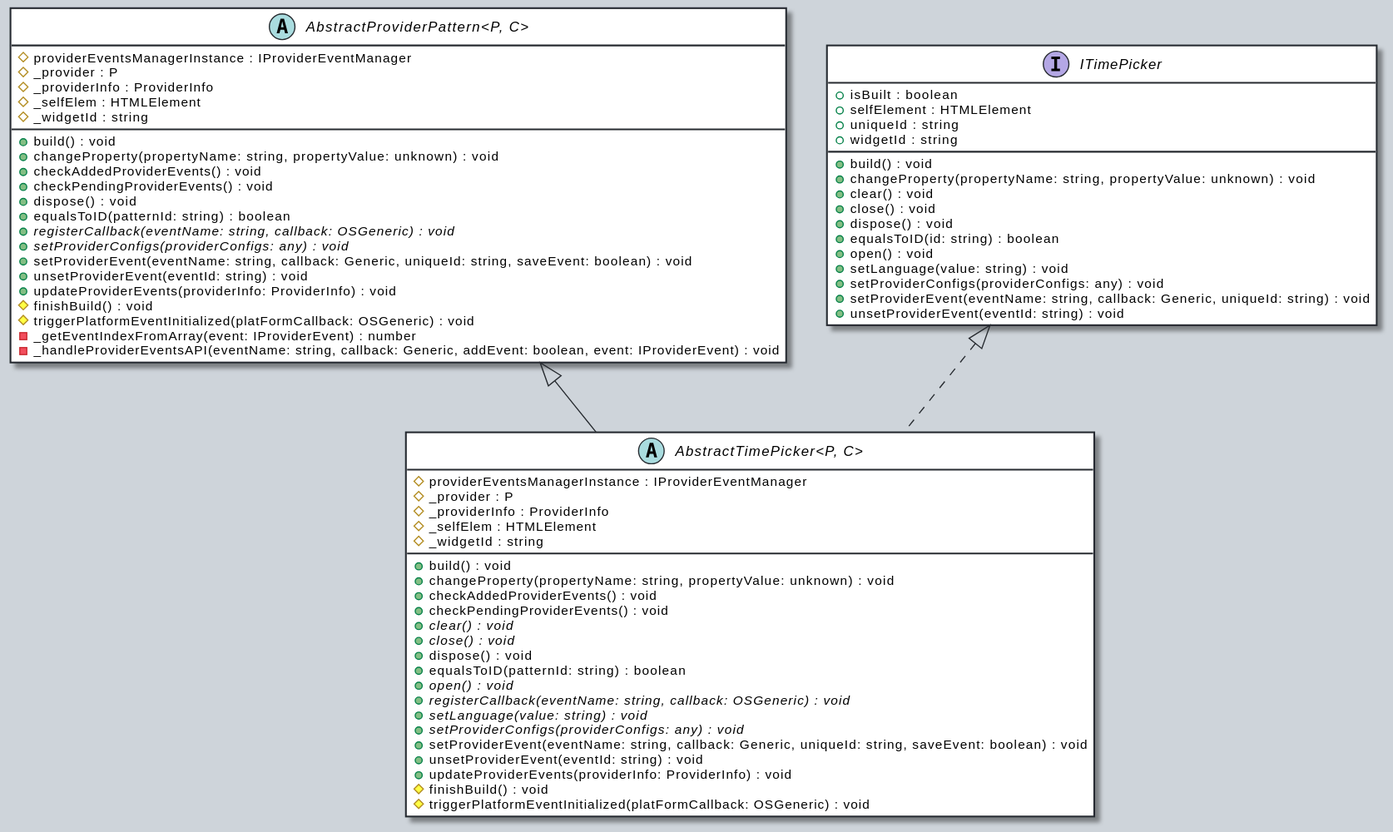
The PlantUML diagram docs/assets/AbstractTimePicker-umlClassDiagram-6795.svg in OutSystems/outsystems-ui, before a commit.
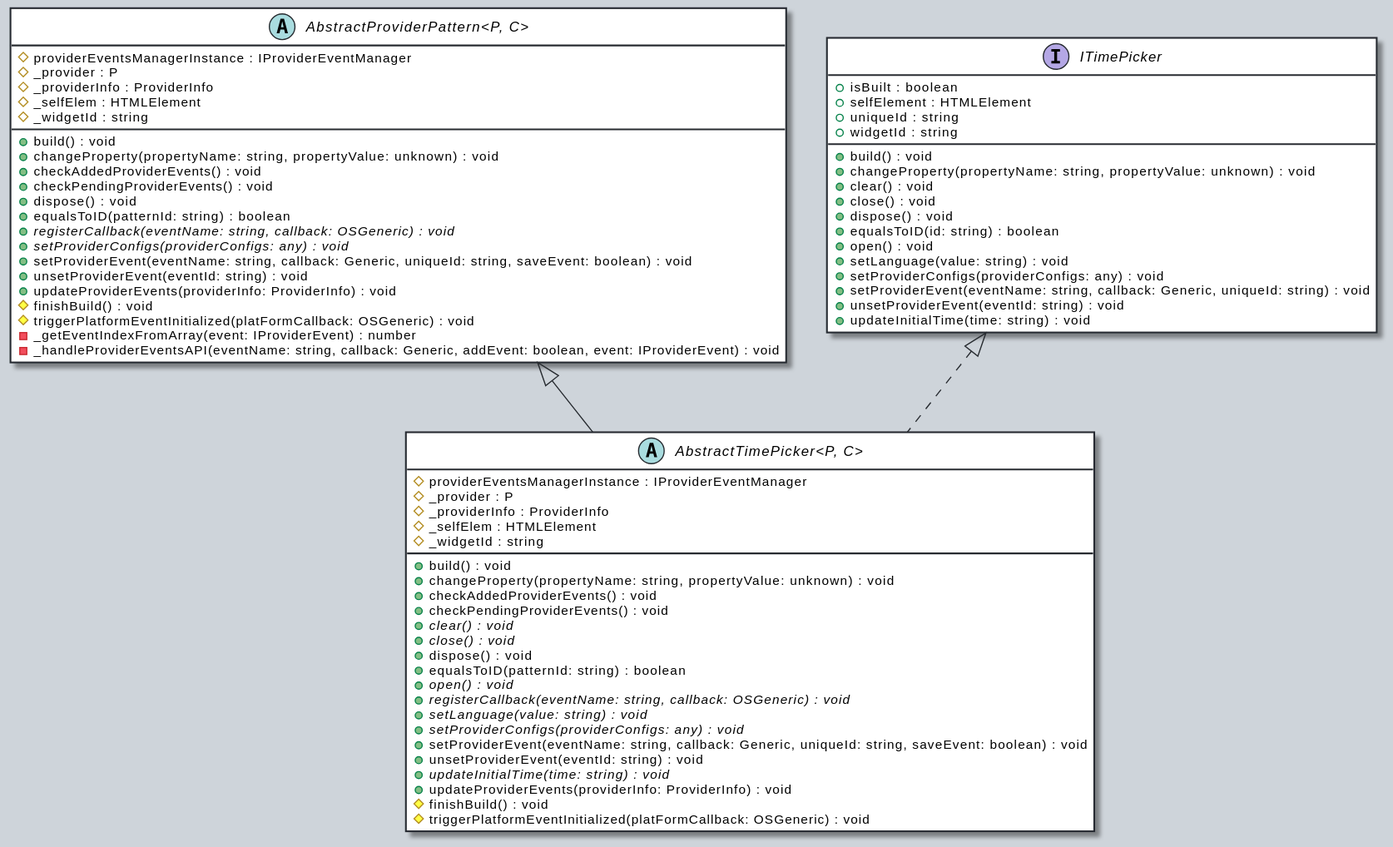
Later version of the same file.

What changed in the source:
```diff
@@ -25,6 +25,7 @@
     {abstract} +setProviderConfigs(providerConfigs: any) : void
     +setProviderEvent(eventName: string, callback: Generic, uniqueId: string, saveEvent: boolean) : void
     +unsetProviderEvent(eventId: string) : void
+    {abstract} +updateInitialTime(time: string) : void
     +updateProviderEvents(providerInfo: ProviderInfo) : void
     #finishBuild() : void
     #triggerPlatformEventInitialized(platFormCallback: OSGeneric) : void
@@ -68,6 +69,7 @@
     +setProviderConfigs(providerConfigs: any) : void
     +setProviderEvent(eventName: string, callback: Generic, uniqueId: string) : void
     +unsetProviderEvent(eventId: string) : void
+    +updateInitialTime(time: string) : void
 }
 "ITimePicker" <|.. "AbstractTimePicker<P, C>"
 @enduml
```
